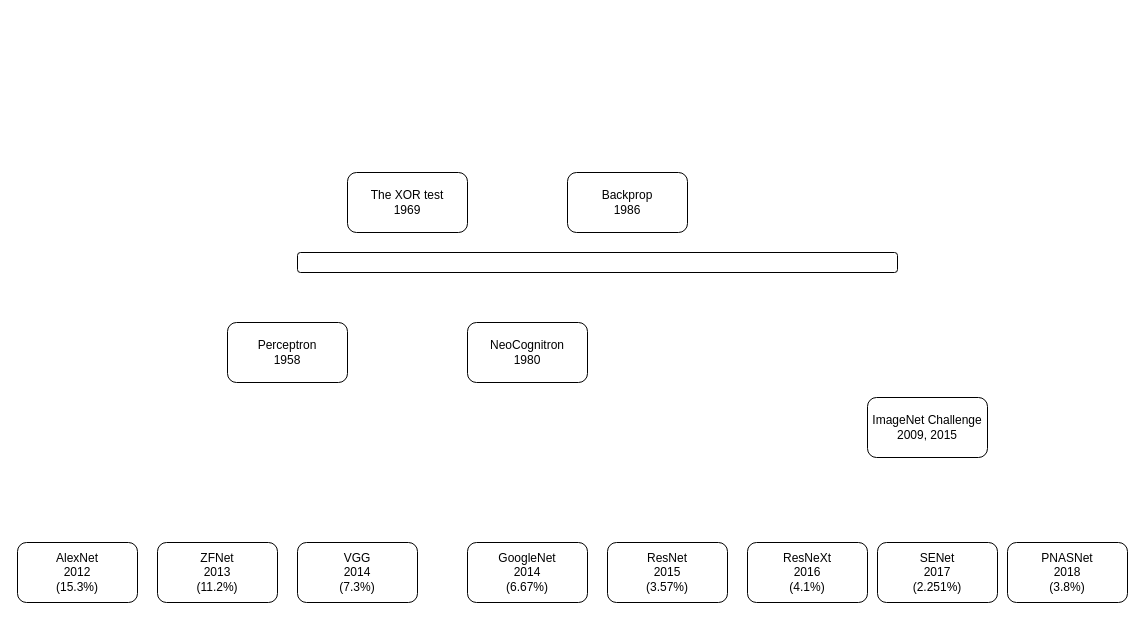
The draw.io diagram dl4cv.drawio in aviadb/dl4cv, before the edit. Source tidied: cells renumbered, new cells numbered last; positions are measured from the earlier drawing's top-left corner, leaving out a move shared by most shapes. Both pictures are drawn from the tidied source at 100%, with x=0, y=0 at pixel (17, 172).
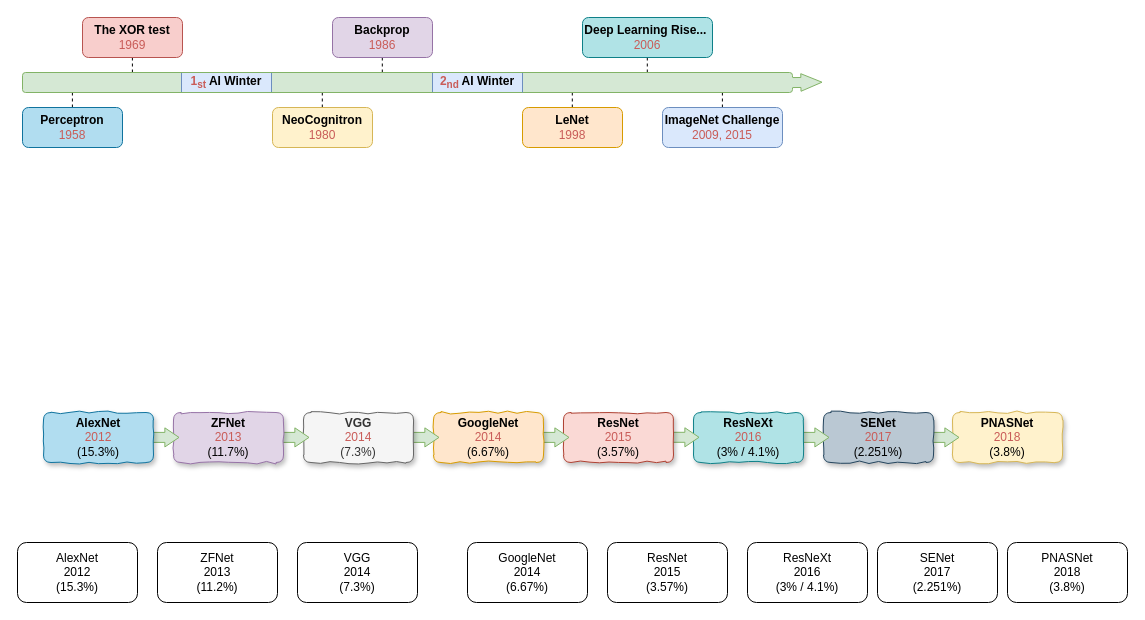
After the change.

The edit, as a diff of the source:
```diff
@@
-    <mxCell id="2" style="rounded=1;whiteSpace=wrap;html=1;" parent="1" vertex="1">
-      <mxGeometry x="280" y="80" width="600" height="20" as="geometry" />
-    </mxCell>
+    <mxCell id="16" value="&lt;b&gt;PNASNet&lt;/b&gt;&lt;br&gt;&lt;font color=&quot;#c95c58&quot;&gt;2018&lt;/font&gt;&lt;br style=&quot;border-color: var(--border-color);&quot;&gt;(3.8%)" style="rounded=1;whiteSpace=wrap;html=1;fillColor=#fff2cc;strokeColor=#d6b656;comic=1;jiggle=3;shadow=1;" parent="1" vertex="1">
+      <mxGeometry x="935" y="240" width="110" height="50" as="geometry" />
+    </mxCell>
+    <mxCell id="17" style="shape=flexArrow;endArrow=classic;html=1;rounded=0;exitX=1;exitY=0.5;exitDx=0;exitDy=0;entryX=0;entryY=0.5;entryDx=0;entryDy=0;endWidth=8.095238095238095;endSize=4.3809523809523805;fillColor=#d5e8d4;strokeColor=#82b366;" parent="1" edge="1">
+      <mxGeometry relative="1" as="geometry">
+        <mxPoint x="912" y="264.9" as="sourcePoint" />
+        <mxPoint x="942" y="264.9" as="targetPoint" />
+      </mxGeometry>
+    </mxCell>
+    <mxCell id="18" value="&lt;b&gt;SENet&lt;/b&gt;&lt;br style=&quot;border-color: var(--border-color);&quot;&gt;&lt;font color=&quot;#c95c58&quot;&gt;2017&lt;/font&gt;&lt;br style=&quot;border-color: var(--border-color);&quot;&gt;(2.251%)" style="rounded=1;whiteSpace=wrap;html=1;fillColor=#bac8d3;strokeColor=#23445d;comic=1;jiggle=3;shadow=1;" parent="1" vertex="1">
+      <mxGeometry x="806" y="240" width="110" height="50" as="geometry" />
+    </mxCell>
+    <mxCell id="19" style="shape=flexArrow;endArrow=classic;html=1;rounded=0;exitX=1;exitY=0.5;exitDx=0;exitDy=0;entryX=0;entryY=0.5;entryDx=0;entryDy=0;endWidth=8.095238095238095;endSize=4.3809523809523805;fillColor=#d5e8d4;strokeColor=#82b366;" parent="1" edge="1">
+      <mxGeometry relative="1" as="geometry">
+        <mxPoint x="782" y="264.9" as="sourcePoint" />
+        <mxPoint x="812" y="264.9" as="targetPoint" />
+      </mxGeometry>
+    </mxCell>
+    <mxCell id="20" value="&lt;b&gt;ResNeXt&lt;/b&gt;&lt;br style=&quot;border-color: var(--border-color);&quot;&gt;&lt;font color=&quot;#c95c58&quot;&gt;2016&lt;/font&gt;&lt;br style=&quot;border-color: var(--border-color);&quot;&gt;(3% / 4.1%)" style="rounded=1;whiteSpace=wrap;html=1;fillColor=#b0e3e6;strokeColor=#0e8088;comic=1;jiggle=3;shadow=1;" parent="1" vertex="1">
+      <mxGeometry x="676" y="240" width="110" height="50" as="geometry" />
+    </mxCell>
+    <mxCell id="21" style="shape=flexArrow;endArrow=classic;html=1;rounded=0;exitX=1;exitY=0.5;exitDx=0;exitDy=0;entryX=0;entryY=0.5;entryDx=0;entryDy=0;endWidth=8.095238095238095;endSize=4.3809523809523805;fillColor=#d5e8d4;strokeColor=#82b366;" parent="1" edge="1">
+      <mxGeometry relative="1" as="geometry">
+        <mxPoint x="652" y="264.8" as="sourcePoint" />
+        <mxPoint x="682" y="264.8" as="targetPoint" />
+      </mxGeometry>
+    </mxCell>
+    <mxCell id="22" value="&lt;b&gt;ResNet&lt;/b&gt;&lt;br style=&quot;border-color: var(--border-color);&quot;&gt;&lt;font color=&quot;#c95c58&quot;&gt;2015&lt;/font&gt;&lt;br style=&quot;border-color: var(--border-color);&quot;&gt;(3.57%)" style="rounded=1;whiteSpace=wrap;html=1;fillColor=#fad9d5;strokeColor=#ae4132;comic=1;jiggle=3;shadow=1;" parent="1" vertex="1">
+      <mxGeometry x="546" y="240" width="110" height="50" as="geometry" />
+    </mxCell>
+    <mxCell id="23" style="shape=flexArrow;endArrow=classic;html=1;rounded=0;exitX=1;exitY=0.5;exitDx=0;exitDy=0;entryX=0;entryY=0.5;entryDx=0;entryDy=0;endWidth=8.095238095238095;endSize=4.3809523809523805;fillColor=#d5e8d4;strokeColor=#82b366;" parent="1" edge="1">
+      <mxGeometry relative="1" as="geometry">
+        <mxPoint x="522" y="264.9" as="sourcePoint" />
+        <mxPoint x="552" y="264.9" as="targetPoint" />
+      </mxGeometry>
+    </mxCell>
+    <mxCell id="24" value="&lt;b&gt;GoogleNet&lt;/b&gt;&lt;br style=&quot;border-color: var(--border-color);&quot;&gt;&lt;font color=&quot;#c95c58&quot;&gt;2014&lt;/font&gt;&lt;br style=&quot;border-color: var(--border-color);&quot;&gt;(6.67%)" style="rounded=1;whiteSpace=wrap;html=1;fillColor=#ffe6cc;strokeColor=#d79b00;comic=1;jiggle=3;shadow=1;" parent="1" vertex="1">
+      <mxGeometry x="416" y="240" width="110" height="50" as="geometry" />
+    </mxCell>
+    <mxCell id="25" style="shape=flexArrow;endArrow=classic;html=1;rounded=0;exitX=1;exitY=0.5;exitDx=0;exitDy=0;entryX=0;entryY=0.5;entryDx=0;entryDy=0;endWidth=8.095238095238095;endSize=4.3809523809523805;fillColor=#d5e8d4;strokeColor=#82b366;" parent="1" edge="1">
+      <mxGeometry relative="1" as="geometry">
+        <mxPoint x="392" y="264.9" as="sourcePoint" />
+        <mxPoint x="422" y="264.9" as="targetPoint" />
+      </mxGeometry>
+    </mxCell>
+    <mxCell id="26" value="&lt;b&gt;VGG&lt;/b&gt;&lt;br style=&quot;border-color: var(--border-color);&quot;&gt;&lt;font color=&quot;#c95c58&quot;&gt;2014&lt;/font&gt;&lt;br style=&quot;border-color: var(--border-color);&quot;&gt;(7.3%)" style="rounded=1;whiteSpace=wrap;html=1;fillColor=#f5f5f5;strokeColor=#666666;comic=1;jiggle=3;shadow=1;fontColor=#333333;" parent="1" vertex="1">
+      <mxGeometry x="286" y="240" width="110" height="50" as="geometry" />
+    </mxCell>
+    <mxCell id="27" style="shape=flexArrow;endArrow=classic;html=1;rounded=0;exitX=1;exitY=0.5;exitDx=0;exitDy=0;entryX=0;entryY=0.5;entryDx=0;entryDy=0;endWidth=8.095238095238095;endSize=4.3809523809523805;fillColor=#d5e8d4;strokeColor=#82b366;" parent="1" edge="1">
+      <mxGeometry relative="1" as="geometry">
+        <mxPoint x="262" y="264.9" as="sourcePoint" />
+        <mxPoint x="292" y="264.9" as="targetPoint" />
+      </mxGeometry>
+    </mxCell>
+    <mxCell id="28" value="&lt;b&gt;ZFNet&lt;/b&gt;&lt;br style=&quot;border-color: var(--border-color);&quot;&gt;&lt;font color=&quot;#c95c58&quot;&gt;2013&lt;/font&gt;&lt;br style=&quot;border-color: var(--border-color);&quot;&gt;(11.7%)" style="rounded=1;whiteSpace=wrap;html=1;fillColor=#e1d5e7;strokeColor=#9673a6;comic=1;jiggle=3;shadow=1;" parent="1" vertex="1">
+      <mxGeometry x="156" y="240" width="110" height="50" as="geometry" />
+    </mxCell>
+    <mxCell id="29" style="endArrow=none;dashed=1;html=1;strokeWidth=1;rounded=0;exitX=0.5;exitY=0;exitDx=0;exitDy=0;entryX=0.059;entryY=1.004;entryDx=0;entryDy=0;entryPerimeter=0;" parent="1" edge="1">
+      <mxGeometry relative="1" as="geometry">
+        <mxPoint x="304.8" y="-65" as="sourcePoint" />
+        <mxPoint x="304.8" y="-85" as="targetPoint" />
+      </mxGeometry>
+    </mxCell>
+    <mxCell id="30" style="endArrow=none;dashed=1;html=1;strokeWidth=1;rounded=0;exitX=0.5;exitY=0;exitDx=0;exitDy=0;entryX=0.059;entryY=1.004;entryDx=0;entryDy=0;entryPerimeter=0;" parent="1" edge="1">
+      <mxGeometry relative="1" as="geometry">
+        <mxPoint x="554.8" y="-65" as="sourcePoint" />
+        <mxPoint x="554.8" y="-85" as="targetPoint" />
+      </mxGeometry>
+    </mxCell>
+    <mxCell id="31" style="endArrow=none;dashed=1;html=1;strokeWidth=1;rounded=0;exitX=0.5;exitY=0;exitDx=0;exitDy=0;entryX=0.059;entryY=1.004;entryDx=0;entryDy=0;entryPerimeter=0;" parent="1" edge="1">
+      <mxGeometry relative="1" as="geometry">
+        <mxPoint x="54.9" y="-65" as="sourcePoint" />
+        <mxPoint x="54.9" y="-85" as="targetPoint" />
+      </mxGeometry>
+    </mxCell>
+    <mxCell id="32" style="endArrow=none;dashed=1;html=1;strokeWidth=1;rounded=0;exitX=0.5;exitY=0;exitDx=0;exitDy=0;entryX=0.059;entryY=1.004;entryDx=0;entryDy=0;entryPerimeter=0;" parent="1" edge="1">
+      <mxGeometry relative="1" as="geometry">
+        <mxPoint x="704.9" y="-65" as="sourcePoint" />
+        <mxPoint x="704.9" y="-85" as="targetPoint" />
+      </mxGeometry>
+    </mxCell>
+    <mxCell id="33" style="shape=flexArrow;endArrow=classic;html=1;rounded=0;fillColor=#d5e8d4;strokeColor=#82b366;endWidth=6.554621848739496;endSize=6.704201680672269;" parent="1" edge="1">
+      <mxGeometry relative="1" as="geometry">
+        <mxPoint x="765" y="-89.8" as="sourcePoint" />
+        <mxPoint x="805" y="-90.3" as="targetPoint" />
+      </mxGeometry>
+    </mxCell>
-    <mxCell id="3" value="Perceptron&lt;br&gt;1958" style="rounded=1;whiteSpace=wrap;html=1;" parent="1" vertex="1">
-      <mxGeometry x="210" y="150" width="120" height="60" as="geometry" />
+    <mxCell id="3" value="&lt;b&gt;Perceptron&lt;/b&gt;&lt;br&gt;&lt;font color=&quot;#c95c58&quot;&gt;1958&lt;/font&gt;" style="rounded=1;whiteSpace=wrap;html=1;fillColor=#b1ddf0;strokeColor=#10739e;" parent="1" vertex="1">
+      <mxGeometry x="5" y="-65" width="100" height="40" as="geometry" />
     </mxCell>
-    <mxCell id="4" value="The XOR test&lt;br&gt;1969" style="rounded=1;whiteSpace=wrap;html=1;" parent="1" vertex="1">
-      <mxGeometry x="330" width="120" height="60" as="geometry" />
-    </mxCell>
-    <mxCell id="5" value="Backprop&lt;br&gt;1986" style="rounded=1;whiteSpace=wrap;html=1;" parent="1" vertex="1">
-      <mxGeometry x="550" width="120" height="60" as="geometry" />
-    </mxCell>
-    <mxCell id="6" value="NeoCognitron&lt;br&gt;1980" style="rounded=1;whiteSpace=wrap;html=1;" parent="1" vertex="1">
-      <mxGeometry x="450" y="150" width="120" height="60" as="geometry" />
-    </mxCell>
-    <mxCell id="7" value="ImageNet Challenge&lt;br&gt;2009, 2015" style="rounded=1;whiteSpace=wrap;html=1;" parent="1" vertex="1">
-      <mxGeometry x="850" y="225" width="120" height="60" as="geometry" />
-    </mxCell>
@@
-    <mxCell id="13" value="ResNeXt&lt;br&gt;2016&lt;br&gt;(4.1%)" style="rounded=1;whiteSpace=wrap;html=1;" parent="1" vertex="1">
+    <mxCell id="13" value="ResNeXt&lt;br&gt;2016&lt;br&gt;(3% / 4.1%)" style="rounded=1;whiteSpace=wrap;html=1;" parent="1" vertex="1">
       <mxGeometry x="730" y="370" width="120" height="60" as="geometry" />
     </mxCell>
@@
+    <mxCell id="34" style="endArrow=none;dashed=1;html=1;strokeWidth=1;rounded=0;exitX=0.5;exitY=0;exitDx=0;exitDy=0;entryX=0.059;entryY=1.004;entryDx=0;entryDy=0;entryPerimeter=0;" parent="1" edge="1">
+      <mxGeometry relative="1" as="geometry">
+        <mxPoint x="114.9" y="-100" as="sourcePoint" />
+        <mxPoint x="114.9" y="-120" as="targetPoint" />
+      </mxGeometry>
+    </mxCell>
+    <mxCell id="6" value="&lt;b style=&quot;border-color: var(--border-color);&quot;&gt;NeoCognitron&lt;/b&gt;&lt;br style=&quot;border-color: var(--border-color);&quot;&gt;&lt;font color=&quot;#c95c58&quot;&gt;1980&lt;/font&gt;" style="rounded=1;whiteSpace=wrap;html=1;fillColor=#fff2cc;strokeColor=#d6b656;" parent="1" vertex="1">
+      <mxGeometry x="255" y="-65" width="100" height="40" as="geometry" />
+    </mxCell>
+    <mxCell id="35" style="endArrow=none;dashed=1;html=1;strokeWidth=1;rounded=0;exitX=0.5;exitY=0;exitDx=0;exitDy=0;entryX=0.059;entryY=1.004;entryDx=0;entryDy=0;entryPerimeter=0;" parent="1" edge="1">
+      <mxGeometry relative="1" as="geometry">
+        <mxPoint x="364.8" y="-100" as="sourcePoint" />
+        <mxPoint x="364.8" y="-120" as="targetPoint" />
+      </mxGeometry>
+    </mxCell>
+    <mxCell id="36" value="&lt;b style=&quot;border-color: var(--border-color);&quot;&gt;LeNet&lt;/b&gt;&lt;br style=&quot;border-color: var(--border-color);&quot;&gt;&lt;font style=&quot;border-color: var(--border-color);&quot; color=&quot;#c95c58&quot;&gt;1998&lt;/font&gt;" style="rounded=1;whiteSpace=wrap;html=1;fillColor=#ffe6cc;strokeColor=#d79b00;" parent="1" vertex="1">
+      <mxGeometry x="505" y="-65" width="100" height="40" as="geometry" />
+    </mxCell>
+    <mxCell id="37" style="endArrow=none;dashed=1;html=1;strokeWidth=1;rounded=0;exitX=0.5;exitY=0;exitDx=0;exitDy=0;entryX=0.059;entryY=1.004;entryDx=0;entryDy=0;entryPerimeter=0;" parent="1" edge="1">
+      <mxGeometry relative="1" as="geometry">
+        <mxPoint x="629.8" y="-100" as="sourcePoint" />
+        <mxPoint x="629.8" y="-120" as="targetPoint" />
+      </mxGeometry>
+    </mxCell>
+    <mxCell id="7" value="&lt;b style=&quot;border-color: var(--border-color);&quot;&gt;ImageNet Challenge&lt;/b&gt;&lt;br style=&quot;border-color: var(--border-color);&quot;&gt;&lt;font color=&quot;#c95c58&quot;&gt;2009, 2015&lt;/font&gt;" style="rounded=1;whiteSpace=wrap;html=1;fillColor=#dae8fc;strokeColor=#6c8ebf;" parent="1" vertex="1">
+      <mxGeometry x="645" y="-65" width="120" height="40" as="geometry" />
+    </mxCell>
+    <mxCell id="4" value="&lt;b style=&quot;border-color: var(--border-color);&quot;&gt;The XOR test&lt;/b&gt;&lt;br style=&quot;border-color: var(--border-color);&quot;&gt;&lt;font color=&quot;#c95c58&quot;&gt;1969&lt;/font&gt;" style="rounded=1;whiteSpace=wrap;html=1;fillColor=#f8cecc;strokeColor=#b85450;" parent="1" vertex="1">
+      <mxGeometry x="65" y="-155" width="100" height="40" as="geometry" />
+    </mxCell>
+    <mxCell id="5" value="&lt;b style=&quot;border-color: var(--border-color);&quot;&gt;Backprop&lt;/b&gt;&lt;br style=&quot;border-color: var(--border-color);&quot;&gt;&lt;font color=&quot;#c95c58&quot;&gt;1986&lt;/font&gt;" style="rounded=1;whiteSpace=wrap;html=1;fillColor=#e1d5e7;strokeColor=#9673a6;" parent="1" vertex="1">
+      <mxGeometry x="315" y="-155" width="100" height="40" as="geometry" />
+    </mxCell>
+    <mxCell id="38" value="&lt;b style=&quot;border-color: var(--border-color);&quot;&gt;Deep Learning Rise...&amp;nbsp;&lt;/b&gt;&lt;br style=&quot;border-color: var(--border-color);&quot;&gt;&lt;font style=&quot;border-color: var(--border-color);&quot; color=&quot;#c95c58&quot;&gt;2006&lt;/font&gt;" style="rounded=1;whiteSpace=wrap;html=1;fillColor=#b0e3e6;strokeColor=#0e8088;" parent="1" vertex="1">
+      <mxGeometry x="565" y="-155" width="130" height="40" as="geometry" />
+    </mxCell>
+    <mxCell id="39" style="group;" parent="1" vertex="1">
+      <mxGeometry x="5" y="-100" width="770" height="20" as="geometry" />
+    </mxCell>
+    <mxCell id="2" style="rounded=1;whiteSpace=wrap;html=1;fillColor=#d5e8d4;strokeColor=#82b366;" parent="39" vertex="1">
+      <mxGeometry width="770" height="20" as="geometry" />
+    </mxCell>
+    <mxCell id="40" style="edgeStyle=orthogonalEdgeStyle;rounded=0;orthogonalLoop=1;jettySize=auto;html=1;exitX=1;exitY=0.25;exitDx=0;exitDy=0;entryX=1;entryY=0.75;entryDx=0;entryDy=0;endArrow=none;endFill=0;fillColor=#d5e8d4;strokeColor=#d5e8d4;" parent="39" edge="1" source="2" target="2">
+      <mxGeometry relative="1" as="geometry" />
+    </mxCell>
+    <mxCell id="41" style="group;" parent="1" vertex="1">
+      <mxGeometry x="156.6" y="-100" width="104.8" height="20" as="geometry" />
+    </mxCell>
+    <mxCell id="42" value="&lt;b&gt;&lt;font color=&quot;#c95c58&quot;&gt;1&lt;/font&gt;&lt;sub&gt;&lt;font color=&quot;#c95c58&quot;&gt;st&lt;/font&gt; &lt;/sub&gt;AI Winter&lt;/b&gt;" style="rounded=1;whiteSpace=wrap;html=1;fillColor=#dae8fc;strokeColor=#6c8ebf;arcSize=0;" parent="41" vertex="1">
+      <mxGeometry x="7.4" width="90" height="20" as="geometry" />
+    </mxCell>
+    <mxCell id="43" style="endArrow=none;html=1;rounded=0;entryX=0.335;entryY=1.002;entryDx=0;entryDy=0;fillColor=#d5e8d4;strokeColor=#82b366;entryPerimeter=0;exitX=0.2;exitY=0.994;exitDx=0;exitDy=0;exitPerimeter=0;" parent="41" edge="1" target="2">
+      <mxGeometry relative="1" as="geometry">
+        <mxPoint x="1.6" y="20" as="sourcePoint" />
+      </mxGeometry>
+    </mxCell>
+    <mxCell id="44" style="endArrow=none;html=1;rounded=0;entryX=0.335;entryY=1.002;entryDx=0;entryDy=0;fillColor=#d5e8d4;strokeColor=#82b366;entryPerimeter=0;exitX=0.2;exitY=0.994;exitDx=0;exitDy=0;exitPerimeter=0;" parent="41" edge="1">
+      <mxGeometry relative="1" as="geometry">
+        <mxPoint as="sourcePoint" />
+        <mxPoint x="104.8" as="targetPoint" />
+      </mxGeometry>
+    </mxCell>
+    <mxCell id="45" style="group;" parent="1" vertex="1">
+      <mxGeometry x="400.2" y="-100" width="109.6" height="20" as="geometry" />
+    </mxCell>
+    <mxCell id="46" value="&lt;b&gt;&lt;font color=&quot;#c95c58&quot;&gt;2&lt;/font&gt;&lt;sub&gt;&lt;font color=&quot;#c95c58&quot;&gt;nd&lt;/font&gt;&amp;nbsp;&lt;/sub&gt;AI Winter&lt;/b&gt;" style="rounded=1;whiteSpace=wrap;html=1;fillColor=#dae8fc;strokeColor=#6c8ebf;arcSize=0;" parent="45" vertex="1">
+      <mxGeometry x="14.8" width="90" height="20" as="geometry" />
+    </mxCell>
+    <mxCell id="47" style="endArrow=none;html=1;rounded=0;entryX=0.335;entryY=1.002;entryDx=0;entryDy=0;fillColor=#d5e8d4;strokeColor=#82b366;entryPerimeter=0;exitX=0.2;exitY=0.994;exitDx=0;exitDy=0;exitPerimeter=0;" parent="45" edge="1">
+      <mxGeometry relative="1" as="geometry">
+        <mxPoint y="20" as="sourcePoint" />
+        <mxPoint x="104.8" y="20" as="targetPoint" />
+      </mxGeometry>
+    </mxCell>
+    <mxCell id="48" style="endArrow=none;html=1;rounded=0;entryX=0.335;entryY=1.002;entryDx=0;entryDy=0;fillColor=#d5e8d4;strokeColor=#82b366;entryPerimeter=0;exitX=0.2;exitY=0.994;exitDx=0;exitDy=0;exitPerimeter=0;" parent="45" edge="1">
+      <mxGeometry relative="1" as="geometry">
+        <mxPoint x="4.8" as="sourcePoint" />
+        <mxPoint x="109.6" as="targetPoint" />
+      </mxGeometry>
+    </mxCell>
+    <mxCell id="49" style="shape=flexArrow;endArrow=classic;html=1;rounded=0;exitX=1;exitY=0.5;exitDx=0;exitDy=0;entryX=0;entryY=0.5;entryDx=0;entryDy=0;endWidth=8.095238095238095;endSize=4.3809523809523805;fillColor=#d5e8d4;strokeColor=#82b366;" parent="1" edge="1">
+      <mxGeometry relative="1" as="geometry">
+        <mxPoint x="132" y="264.9" as="sourcePoint" />
+        <mxPoint x="162" y="264.9" as="targetPoint" />
+      </mxGeometry>
+    </mxCell>
+    <mxCell id="50" value="&lt;b&gt;AlexNet&lt;/b&gt;&lt;br style=&quot;border-color: var(--border-color);&quot;&gt;&lt;font color=&quot;#c95c58&quot;&gt;2012&lt;/font&gt;&lt;br style=&quot;border-color: var(--border-color);&quot;&gt;(15.3%)" style="rounded=1;whiteSpace=wrap;html=1;fillColor=#b1ddf0;strokeColor=#10739e;comic=1;jiggle=3;shadow=1;" parent="1" vertex="1">
+      <mxGeometry x="26" y="240" width="110" height="50" as="geometry" />
+    </mxCell>
```
